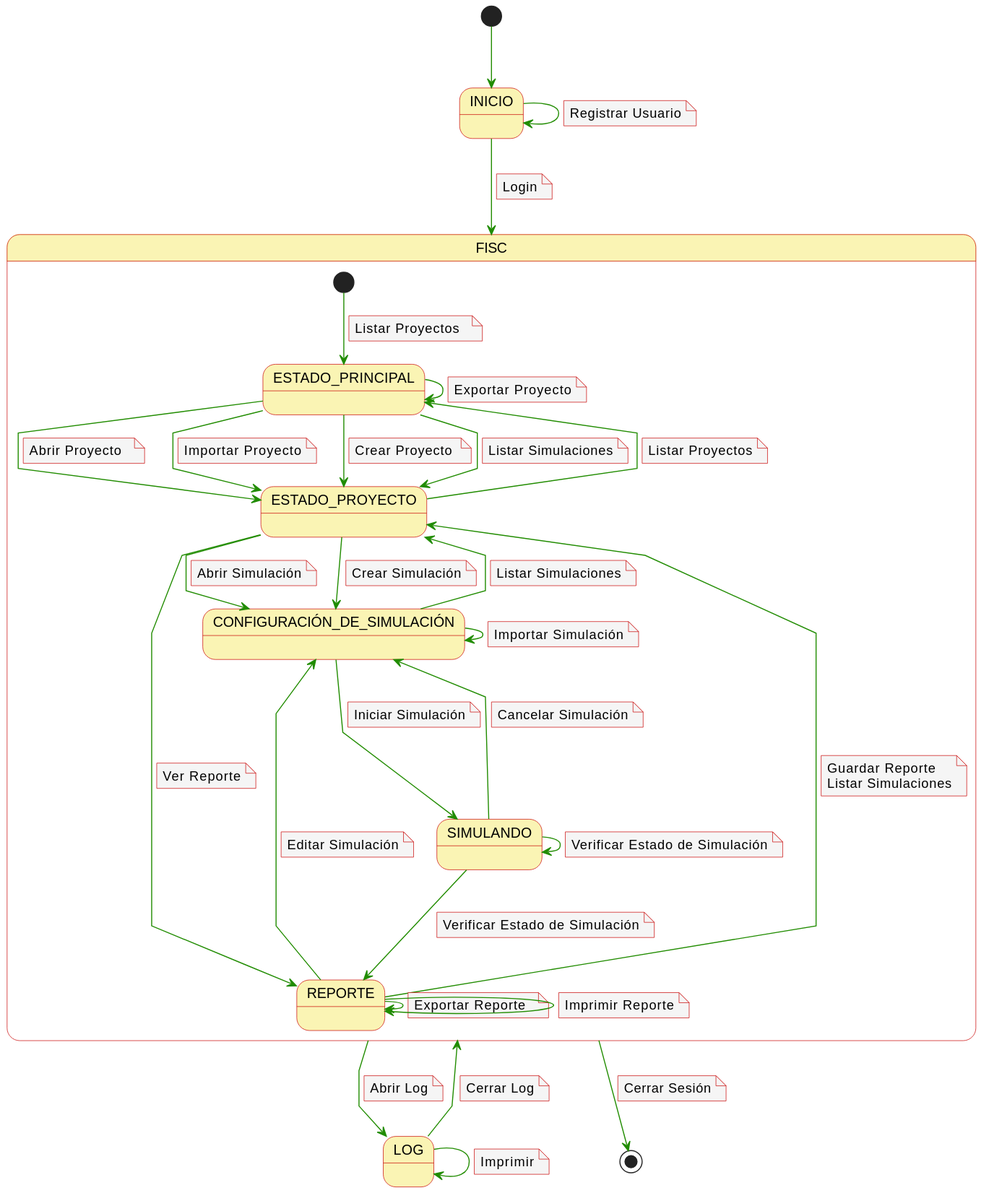
Above: imagenes/casosDeUso/diagramaContexto.svg in mmasias/23-24-IdSw1-SDR (PlantUML), before the change.
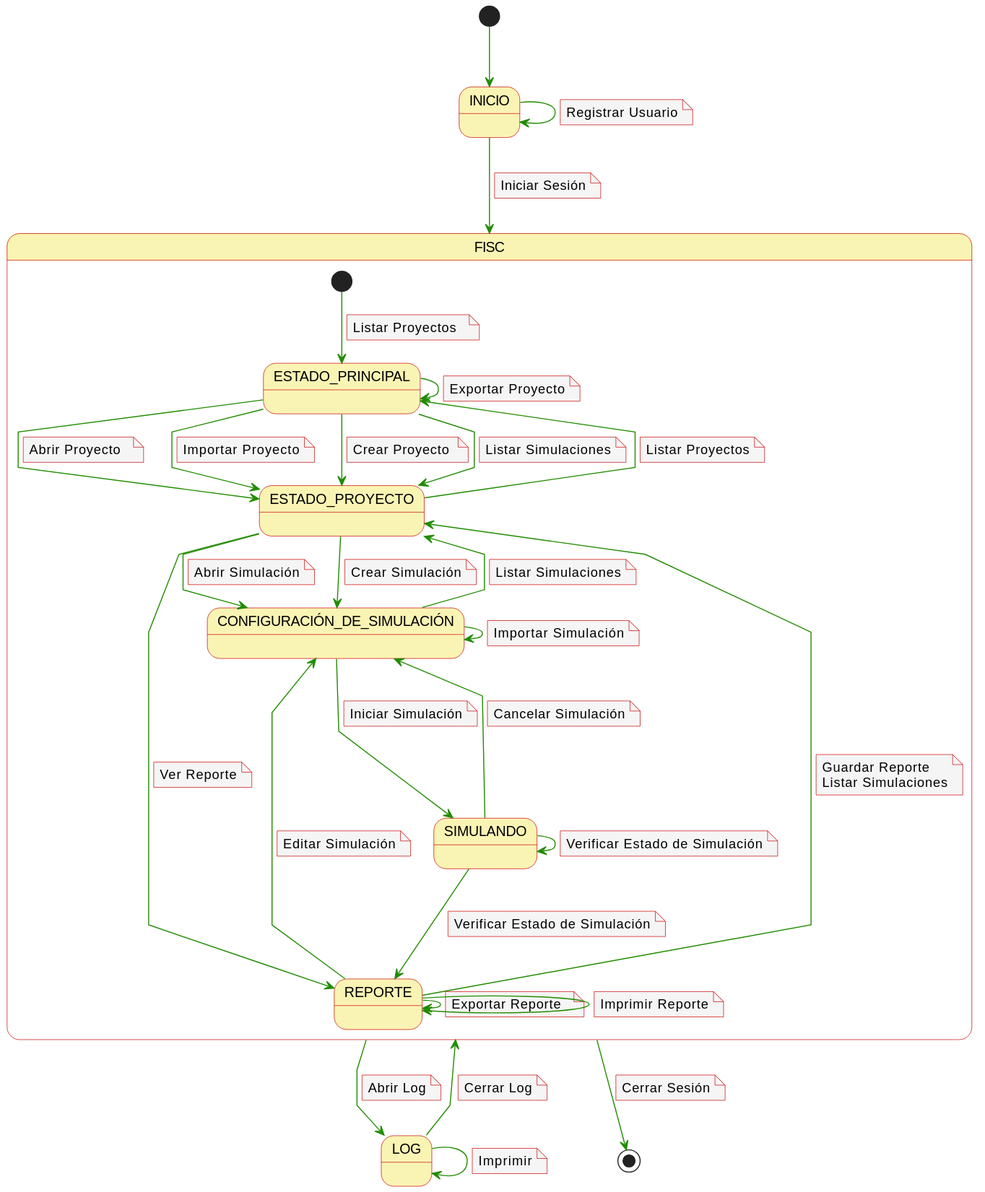
Later version of the same file.

The edit, as a diff of the source:
```diff
@@ -11,7 +11,7 @@
 
 INICIO-d-> FISC
 note on link
-  Login
+  Iniciar Sesión
 end note
 INICIO-d-> INICIO
 note on link
```
